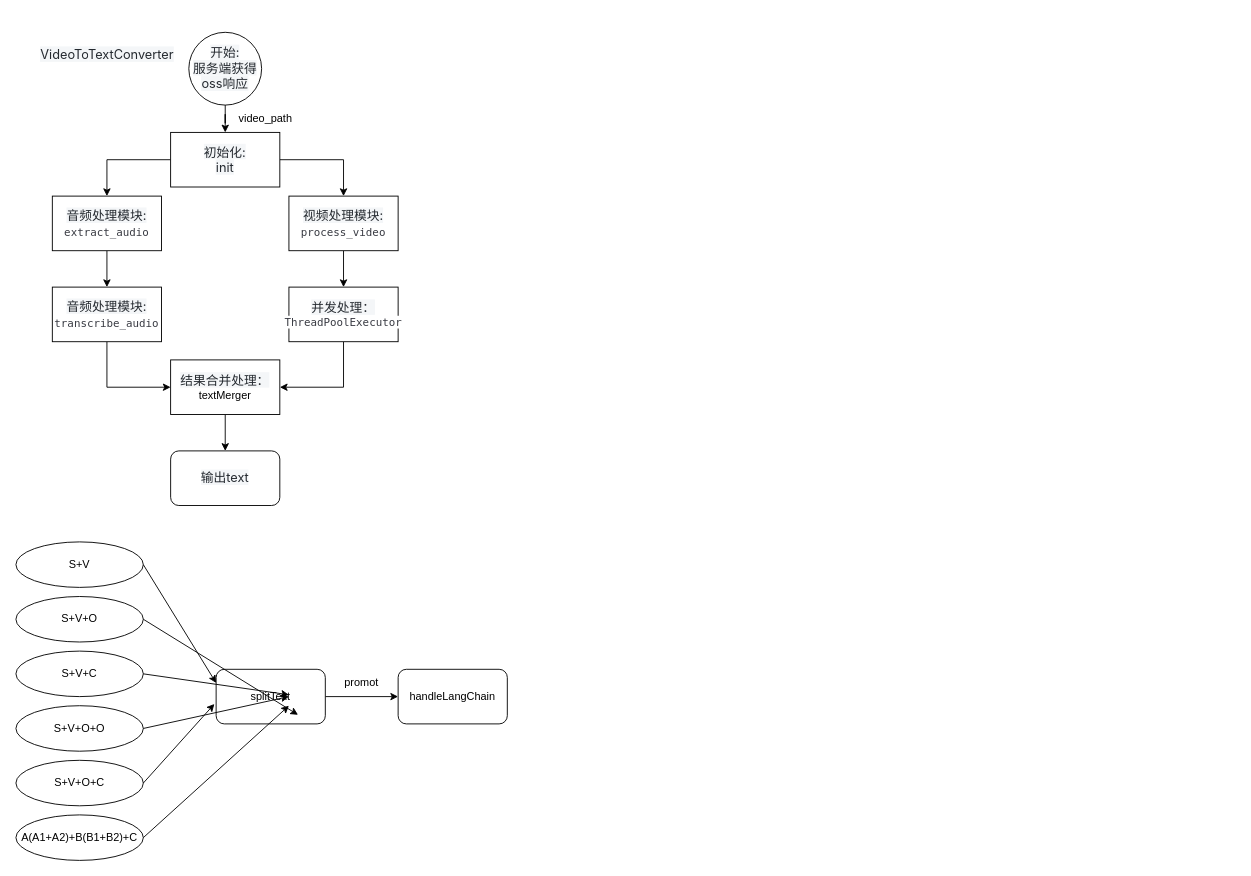
Before: 未命名绘图.drawio in gjf610/my-blog, a draw.io diagram. Source tidied: cells renumbered, new cells numbered last; positions are measured from the earlier drawing's top-left corner, leaving out a move shared by most shapes. Both pictures are drawn from the tidied source at 91%, with x=0, y=0 at pixel (15, 32).
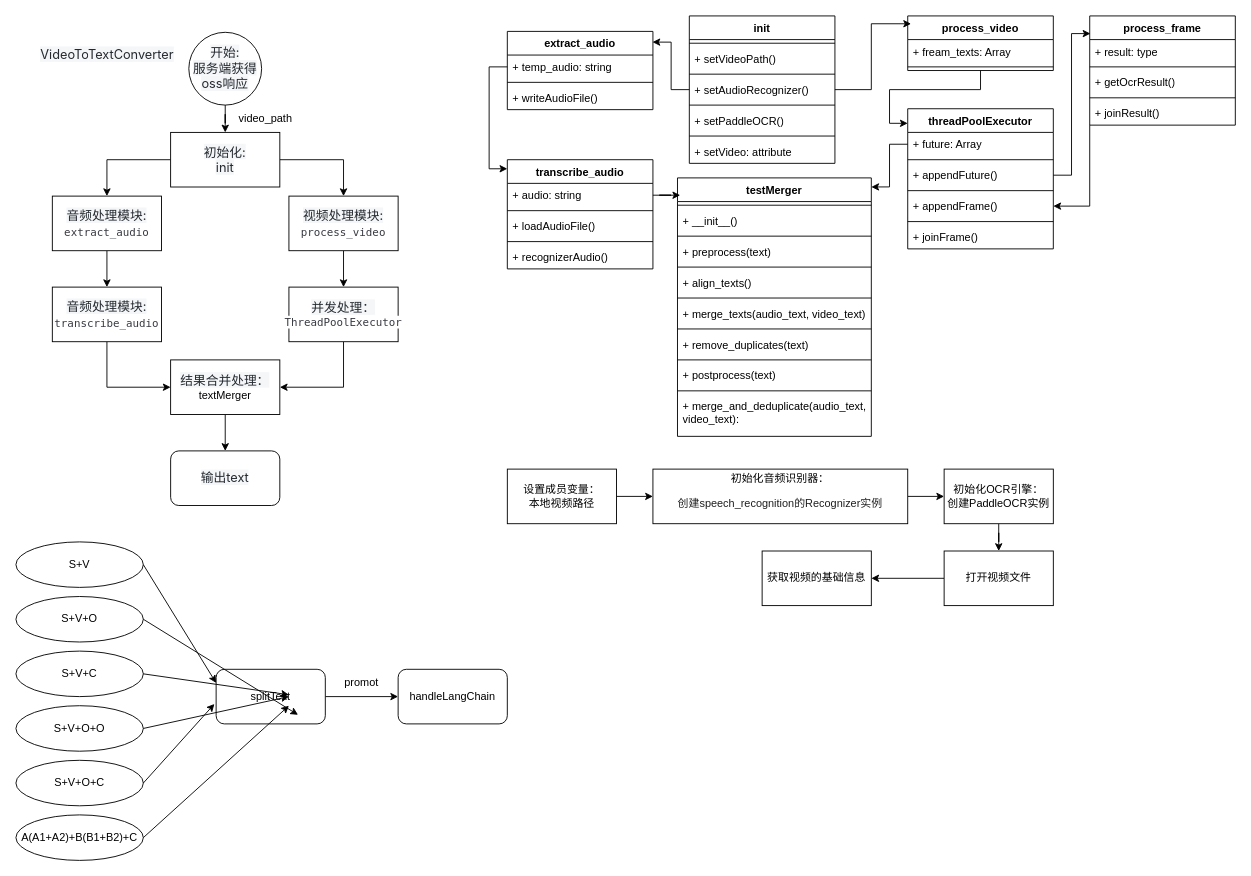
The same diagram, later.

Commit message:
更新未命名绘图.drawio

Diff of the diagram source:
```diff
@@
+    <mxCell id="36" value="threadPoolExecutor" style="swimlane;fontStyle=1;align=center;verticalAlign=top;horizontal=1;startSize=26;whiteSpace=wrap;html=1;" parent="1" vertex="1">
+      <mxGeometry x="980" y="84" width="160" height="154" as="geometry" />
+    </mxCell>
+    <mxCell id="37" value="+ future: Array" style="text;strokeColor=none;fillColor=none;align=left;verticalAlign=top;spacingLeft=4;spacingRight=4;overflow=hidden;points=[[0,0.5],[1,0.5]];portConstraint=eastwest;whiteSpace=wrap;html=1;" parent="36" vertex="1">
+      <mxGeometry y="26" width="160" height="26" as="geometry" />
+    </mxCell>
+    <mxCell id="38" style="line;strokeWidth=1;fillColor=none;align=left;verticalAlign=middle;spacingTop=-1;spacingLeft=3;spacingRight=3;labelPosition=right;strokeColor=inherit;" parent="36" vertex="1">
+      <mxGeometry y="52" width="160" height="8" as="geometry" />
+    </mxCell>
+    <mxCell id="39" value="+ appendFuture()" style="text;strokeColor=none;fillColor=none;align=left;verticalAlign=top;spacingLeft=4;spacingRight=4;overflow=hidden;points=[[0,0.5],[1,0.5]];portConstraint=eastwest;whiteSpace=wrap;html=1;" parent="36" vertex="1">
+      <mxGeometry y="60" width="160" height="26" as="geometry" />
+    </mxCell>
+    <mxCell id="40" style="line;strokeWidth=1;fillColor=none;align=left;verticalAlign=middle;spacingTop=-1;spacingLeft=3;spacingRight=3;labelPosition=right;strokeColor=inherit;" parent="36" vertex="1">
+      <mxGeometry y="86" width="160" height="8" as="geometry" />
+    </mxCell>
+    <mxCell id="41" value="+ appendFrame()" style="text;strokeColor=none;fillColor=none;align=left;verticalAlign=top;spacingLeft=4;spacingRight=4;overflow=hidden;points=[[0,0.5],[1,0.5]];portConstraint=eastwest;whiteSpace=wrap;html=1;" parent="36" vertex="1">
+      <mxGeometry y="94" width="160" height="26" as="geometry" />
+    </mxCell>
+    <mxCell id="42" style="line;strokeWidth=1;fillColor=none;align=left;verticalAlign=middle;spacingTop=-1;spacingLeft=3;spacingRight=3;labelPosition=right;strokeColor=inherit;" parent="36" vertex="1">
+      <mxGeometry y="120" width="160" height="8" as="geometry" />
+    </mxCell>
+    <mxCell id="43" value="+ joinFrame()" style="text;strokeColor=none;fillColor=none;align=left;verticalAlign=top;spacingLeft=4;spacingRight=4;overflow=hidden;whiteSpace=wrap;html=1;" parent="36" vertex="1">
+      <mxGeometry y="128" width="160" height="26" as="geometry" />
+    </mxCell>
+    <mxCell id="44" style="edgeStyle=orthogonalEdgeStyle;rounded=0;jettySize=auto;html=1;entryX=0;entryY=0.104;entryDx=0;entryDy=0;entryPerimeter=0;" parent="1" edge="1" source="45" target="36">
+      <mxGeometry relative="1" as="geometry" />
+    </mxCell>
+    <mxCell id="45" value="process_video" style="swimlane;fontStyle=1;align=center;verticalAlign=top;horizontal=1;startSize=26;whiteSpace=wrap;html=1;" parent="1" vertex="1">
+      <mxGeometry x="980" y="-18" width="160" height="60" as="geometry" />
+    </mxCell>
+    <mxCell id="46" value="+ fream_texts: Array" style="text;strokeColor=none;fillColor=none;align=left;verticalAlign=top;spacingLeft=4;spacingRight=4;overflow=hidden;whiteSpace=wrap;html=1;" parent="45" vertex="1">
+      <mxGeometry y="26" width="160" height="26" as="geometry" />
+    </mxCell>
+    <mxCell id="47" style="line;strokeWidth=1;fillColor=none;align=left;verticalAlign=middle;spacingTop=-1;spacingLeft=3;spacingRight=3;labelPosition=right;strokeColor=inherit;" parent="45" vertex="1">
+      <mxGeometry y="52" width="160" height="8" as="geometry" />
+    </mxCell>
+    <mxCell id="48" value="init" style="swimlane;fontStyle=1;align=center;verticalAlign=top;horizontal=1;startSize=26;whiteSpace=wrap;html=1;" parent="1" vertex="1">
+      <mxGeometry x="740" y="-18" width="160" height="162" as="geometry" />
+    </mxCell>
+    <mxCell id="49" style="line;strokeWidth=1;fillColor=none;align=left;verticalAlign=middle;spacingTop=-1;spacingLeft=3;spacingRight=3;labelPosition=right;strokeColor=inherit;" parent="48" vertex="1">
+      <mxGeometry y="26" width="160" height="8" as="geometry" />
+    </mxCell>
+    <mxCell id="50" value="+ setVideoPath()" style="text;strokeColor=none;fillColor=none;align=left;verticalAlign=top;spacingLeft=4;spacingRight=4;overflow=hidden;whiteSpace=wrap;html=1;" parent="48" vertex="1">
+      <mxGeometry y="34" width="160" height="26" as="geometry" />
+    </mxCell>
+    <mxCell id="51" style="line;strokeWidth=1;fillColor=none;align=left;verticalAlign=middle;spacingTop=-1;spacingLeft=3;spacingRight=3;labelPosition=right;strokeColor=inherit;" parent="48" vertex="1">
+      <mxGeometry y="60" width="160" height="8" as="geometry" />
+    </mxCell>
+    <mxCell id="52" value="+ setAudioRecognizer()" style="text;strokeColor=none;fillColor=none;align=left;verticalAlign=top;spacingLeft=4;spacingRight=4;overflow=hidden;points=[[0,0.5],[1,0.5]];portConstraint=eastwest;whiteSpace=wrap;html=1;" parent="48" vertex="1">
+      <mxGeometry y="68" width="160" height="26" as="geometry" />
+    </mxCell>
+    <mxCell id="53" style="line;strokeWidth=1;fillColor=none;align=left;verticalAlign=middle;spacingTop=-1;spacingLeft=3;spacingRight=3;labelPosition=right;strokeColor=inherit;" parent="48" vertex="1">
+      <mxGeometry y="94" width="160" height="8" as="geometry" />
+    </mxCell>
+    <mxCell id="54" value="+ setPaddleOCR()" style="text;strokeColor=none;fillColor=none;align=left;verticalAlign=top;spacingLeft=4;spacingRight=4;overflow=hidden;whiteSpace=wrap;html=1;" parent="48" vertex="1">
+      <mxGeometry y="102" width="160" height="26" as="geometry" />
+    </mxCell>
+    <mxCell id="55" style="line;strokeWidth=1;fillColor=none;align=left;verticalAlign=middle;spacingTop=-1;spacingLeft=3;spacingRight=3;labelPosition=right;strokeColor=inherit;" parent="48" vertex="1">
+      <mxGeometry y="128" width="160" height="8" as="geometry" />
+    </mxCell>
+    <mxCell id="56" value="+ setVideo: attribute" style="text;strokeColor=none;fillColor=none;align=left;verticalAlign=top;spacingLeft=4;spacingRight=4;overflow=hidden;whiteSpace=wrap;html=1;" parent="48" vertex="1">
+      <mxGeometry y="136" width="160" height="26" as="geometry" />
+    </mxCell>
+    <mxCell id="57" value="extract_audio" style="swimlane;fontStyle=1;align=center;verticalAlign=top;horizontal=1;startSize=26;whiteSpace=wrap;html=1;" parent="1" vertex="1">
+      <mxGeometry x="540" y="-1" width="160" height="86" as="geometry" />
+    </mxCell>
+    <mxCell id="58" value="+ temp_audio: string" style="text;strokeColor=none;fillColor=none;align=left;verticalAlign=top;spacingLeft=4;spacingRight=4;overflow=hidden;points=[[0,0.5],[1,0.5]];portConstraint=eastwest;whiteSpace=wrap;html=1;" parent="57" vertex="1">
+      <mxGeometry y="26" width="160" height="26" as="geometry" />
+    </mxCell>
+    <mxCell id="59" style="line;strokeWidth=1;fillColor=none;align=left;verticalAlign=middle;spacingTop=-1;spacingLeft=3;spacingRight=3;labelPosition=right;strokeColor=inherit;" parent="57" vertex="1">
+      <mxGeometry y="52" width="160" height="8" as="geometry" />
+    </mxCell>
+    <mxCell id="60" value="+ writeAudioFile()" style="text;strokeColor=none;fillColor=none;align=left;verticalAlign=top;spacingLeft=4;spacingRight=4;overflow=hidden;whiteSpace=wrap;html=1;" parent="57" vertex="1">
+      <mxGeometry y="60" width="160" height="26" as="geometry" />
+    </mxCell>
+    <mxCell id="61" value="transcribe_audio" style="swimlane;fontStyle=1;align=center;verticalAlign=top;horizontal=1;startSize=26;whiteSpace=wrap;html=1;" parent="1" vertex="1">
+      <mxGeometry x="540" y="140" width="160" height="120" as="geometry" />
+    </mxCell>
+    <mxCell id="62" value="+ audio: string" style="text;strokeColor=none;fillColor=none;align=left;verticalAlign=top;spacingLeft=4;spacingRight=4;overflow=hidden;points=[[0,0.5],[1,0.5]];portConstraint=eastwest;whiteSpace=wrap;html=1;" parent="61" vertex="1">
+      <mxGeometry y="26" width="160" height="26" as="geometry" />
+    </mxCell>
+    <mxCell id="63" style="line;strokeWidth=1;fillColor=none;align=left;verticalAlign=middle;spacingTop=-1;spacingLeft=3;spacingRight=3;labelPosition=right;strokeColor=inherit;" parent="61" vertex="1">
+      <mxGeometry y="52" width="160" height="8" as="geometry" />
+    </mxCell>
+    <mxCell id="64" value="+ loadAudioFile()" style="text;strokeColor=none;fillColor=none;align=left;verticalAlign=top;spacingLeft=4;spacingRight=4;overflow=hidden;whiteSpace=wrap;html=1;" parent="61" vertex="1">
+      <mxGeometry y="60" width="160" height="26" as="geometry" />
+    </mxCell>
+    <mxCell id="65" style="line;strokeWidth=1;fillColor=none;align=left;verticalAlign=middle;spacingTop=-1;spacingLeft=3;spacingRight=3;labelPosition=right;strokeColor=inherit;" parent="61" vertex="1">
+      <mxGeometry y="86" width="160" height="8" as="geometry" />
+    </mxCell>
+    <mxCell id="66" value="+ recognizerAudio()" style="text;strokeColor=none;fillColor=none;align=left;verticalAlign=top;spacingLeft=4;spacingRight=4;overflow=hidden;whiteSpace=wrap;html=1;" parent="61" vertex="1">
+      <mxGeometry y="94" width="160" height="26" as="geometry" />
+    </mxCell>
+    <mxCell id="67" value="testMerger" style="swimlane;fontStyle=1;align=center;verticalAlign=top;horizontal=1;startSize=26;whiteSpace=wrap;html=1;" parent="1" vertex="1">
+      <mxGeometry x="727" y="160" width="213" height="284" as="geometry" />
+    </mxCell>
+    <mxCell id="68" style="line;strokeWidth=1;fillColor=none;align=left;verticalAlign=middle;spacingTop=-1;spacingLeft=3;spacingRight=3;labelPosition=right;strokeColor=inherit;" parent="67" vertex="1">
+      <mxGeometry y="26" width="213" height="8" as="geometry" />
+    </mxCell>
+    <mxCell id="69" value="+ __init__()" style="text;strokeColor=none;fillColor=none;align=left;verticalAlign=top;spacingLeft=4;spacingRight=4;overflow=hidden;whiteSpace=wrap;html=1;" parent="67" vertex="1">
+      <mxGeometry y="34" width="213" height="26" as="geometry" />
+    </mxCell>
+    <mxCell id="70" style="line;strokeWidth=1;fillColor=none;align=left;verticalAlign=middle;spacingTop=-1;spacingLeft=3;spacingRight=3;labelPosition=right;strokeColor=inherit;" parent="67" vertex="1">
+      <mxGeometry y="60" width="213" height="8" as="geometry" />
+    </mxCell>
+    <mxCell id="71" value="+ preprocess(text)" style="text;strokeColor=none;fillColor=none;align=left;verticalAlign=top;spacingLeft=4;spacingRight=4;overflow=hidden;whiteSpace=wrap;html=1;" parent="67" vertex="1">
+      <mxGeometry y="68" width="213" height="26" as="geometry" />
+    </mxCell>
+    <mxCell id="72" style="line;strokeWidth=1;fillColor=none;align=left;verticalAlign=middle;spacingTop=-1;spacingLeft=3;spacingRight=3;labelPosition=right;strokeColor=inherit;" parent="67" vertex="1">
+      <mxGeometry y="94" width="213" height="8" as="geometry" />
+    </mxCell>
+    <mxCell id="73" value="+ align_texts()" style="text;strokeColor=none;fillColor=none;align=left;verticalAlign=top;spacingLeft=4;spacingRight=4;overflow=hidden;whiteSpace=wrap;html=1;" parent="67" vertex="1">
+      <mxGeometry y="102" width="213" height="26" as="geometry" />
+    </mxCell>
+    <mxCell id="74" style="line;strokeWidth=1;fillColor=none;align=left;verticalAlign=middle;spacingTop=-1;spacingLeft=3;spacingRight=3;labelPosition=right;strokeColor=inherit;" parent="67" vertex="1">
+      <mxGeometry y="128" width="213" height="8" as="geometry" />
+    </mxCell>
+    <mxCell id="75" value="+ merge_texts(audio_text, video_text)" style="text;strokeColor=none;fillColor=none;align=left;verticalAlign=top;spacingLeft=4;spacingRight=4;overflow=hidden;whiteSpace=wrap;html=1;" parent="67" vertex="1">
+      <mxGeometry y="136" width="213" height="26" as="geometry" />
+    </mxCell>
+    <mxCell id="76" style="line;strokeWidth=1;fillColor=none;align=left;verticalAlign=middle;spacingTop=-1;spacingLeft=3;spacingRight=3;labelPosition=right;strokeColor=inherit;" parent="67" vertex="1">
+      <mxGeometry y="162" width="213" height="8" as="geometry" />
+    </mxCell>
+    <mxCell id="77" value="+ remove_duplicates(text)" style="text;strokeColor=none;fillColor=none;align=left;verticalAlign=top;spacingLeft=4;spacingRight=4;overflow=hidden;whiteSpace=wrap;html=1;" parent="67" vertex="1">
+      <mxGeometry y="170" width="213" height="26" as="geometry" />
+    </mxCell>
+    <mxCell id="78" style="line;strokeWidth=1;fillColor=none;align=left;verticalAlign=middle;spacingTop=-1;spacingLeft=3;spacingRight=3;labelPosition=right;strokeColor=inherit;" parent="67" vertex="1">
+      <mxGeometry y="196" width="213" height="8" as="geometry" />
+    </mxCell>
+    <mxCell id="79" value="+ postprocess(text)" style="text;strokeColor=none;fillColor=none;align=left;verticalAlign=top;spacingLeft=4;spacingRight=4;overflow=hidden;whiteSpace=wrap;html=1;" parent="67" vertex="1">
+      <mxGeometry y="204" width="213" height="26" as="geometry" />
+    </mxCell>
+    <mxCell id="80" style="line;strokeWidth=1;fillColor=none;align=left;verticalAlign=middle;spacingTop=-1;spacingLeft=3;spacingRight=3;labelPosition=right;strokeColor=inherit;" parent="67" vertex="1">
+      <mxGeometry y="230" width="213" height="8" as="geometry" />
+    </mxCell>
+    <mxCell id="81" value="+ merge_and_deduplicate(audio_text, video_text):" style="text;strokeColor=none;fillColor=none;align=left;verticalAlign=top;spacingLeft=4;spacingRight=4;overflow=hidden;whiteSpace=wrap;html=1;" parent="67" vertex="1">
+      <mxGeometry y="238" width="213" height="46" as="geometry" />
+    </mxCell>
+    <mxCell id="82" style="edgeStyle=orthogonalEdgeStyle;rounded=0;jettySize=auto;html=1;entryX=0.023;entryY=0.144;entryDx=0;entryDy=0;entryPerimeter=0;" parent="1" edge="1" source="48" target="45">
+      <mxGeometry relative="1" as="geometry" />
+    </mxCell>
+    <mxCell id="83" value="process_frame" style="swimlane;fontStyle=1;align=center;verticalAlign=top;horizontal=1;startSize=26;whiteSpace=wrap;html=1;" parent="1" vertex="1">
+      <mxGeometry x="1180" y="-18" width="160" height="120" as="geometry" />
+    </mxCell>
+    <mxCell id="84" value="+ result: type" style="text;strokeColor=none;fillColor=none;align=left;verticalAlign=top;spacingLeft=4;spacingRight=4;overflow=hidden;whiteSpace=wrap;html=1;" parent="83" vertex="1">
+      <mxGeometry y="26" width="160" height="26" as="geometry" />
+    </mxCell>
+    <mxCell id="85" style="line;strokeWidth=1;fillColor=none;align=left;verticalAlign=middle;spacingTop=-1;spacingLeft=3;spacingRight=3;labelPosition=right;strokeColor=inherit;" parent="83" vertex="1">
+      <mxGeometry y="52" width="160" height="8" as="geometry" />
+    </mxCell>
+    <mxCell id="86" value="+ getOcrResult()" style="text;strokeColor=none;fillColor=none;align=left;verticalAlign=top;spacingLeft=4;spacingRight=4;overflow=hidden;whiteSpace=wrap;html=1;" parent="83" vertex="1">
+      <mxGeometry y="60" width="160" height="26" as="geometry" />
+    </mxCell>
+    <mxCell id="87" style="line;strokeWidth=1;fillColor=none;align=left;verticalAlign=middle;spacingTop=-1;spacingLeft=3;spacingRight=3;labelPosition=right;strokeColor=inherit;" parent="83" vertex="1">
+      <mxGeometry y="86" width="160" height="8" as="geometry" />
+    </mxCell>
+    <mxCell id="88" value="+ joinResult()" style="text;strokeColor=none;fillColor=none;align=left;verticalAlign=top;spacingLeft=4;spacingRight=4;overflow=hidden;points=[[0,0.5],[1,0.5]];portConstraint=eastwest;whiteSpace=wrap;html=1;" parent="83" vertex="1">
+      <mxGeometry y="94" width="160" height="26" as="geometry" />
+    </mxCell>
+    <mxCell id="89" style="edgeStyle=orthogonalEdgeStyle;rounded=0;jettySize=auto;html=1;entryX=0.005;entryY=0.162;entryDx=0;entryDy=0;entryPerimeter=0;" parent="1" edge="1" source="39" target="83">
+      <mxGeometry relative="1" as="geometry" />
+    </mxCell>
+    <mxCell id="90" style="edgeStyle=orthogonalEdgeStyle;rounded=0;jettySize=auto;html=1;entryX=1;entryY=0.5;entryDx=0;entryDy=0;" parent="1" edge="1" source="88" target="41">
+      <mxGeometry relative="1" as="geometry">
+        <Array as="points">
+          <mxPoint x="1180" y="191" />
+        </Array>
+      </mxGeometry>
+    </mxCell>
+    <mxCell id="91" style="edgeStyle=orthogonalEdgeStyle;rounded=0;jettySize=auto;html=1;entryX=0.997;entryY=0.137;entryDx=0;entryDy=0;entryPerimeter=0;" parent="1" edge="1" source="52" target="57">
+      <mxGeometry relative="1" as="geometry" />
+    </mxCell>
+    <mxCell id="92" style="edgeStyle=orthogonalEdgeStyle;rounded=0;jettySize=auto;html=1;entryX=0;entryY=0.083;entryDx=0;entryDy=0;entryPerimeter=0;" parent="1" edge="1" source="58" target="61">
+      <mxGeometry relative="1" as="geometry" />
+    </mxCell>
+    <mxCell id="93" style="edgeStyle=orthogonalEdgeStyle;rounded=0;jettySize=auto;html=1;entryX=1;entryY=0.035;entryDx=0;entryDy=0;entryPerimeter=0;" parent="1" edge="1" source="37" target="67">
+      <mxGeometry relative="1" as="geometry" />
+    </mxCell>
+    <mxCell id="94" style="edgeStyle=orthogonalEdgeStyle;rounded=0;jettySize=auto;html=1;entryX=0.014;entryY=0.067;entryDx=0;entryDy=0;entryPerimeter=0;" parent="1" edge="1" source="62" target="67">
+      <mxGeometry relative="1" as="geometry" />
+    </mxCell>
+    <mxCell id="95" style="edgeStyle=orthogonalEdgeStyle;rounded=0;jettySize=auto;html=1;entryX=0;entryY=0.5;entryDx=0;entryDy=0;" parent="1" edge="1" source="96" target="98">
+      <mxGeometry relative="1" as="geometry" />
+    </mxCell>
+    <mxCell id="96" value="设置成员变量：&lt;br&gt;本地视频路径" style="rounded=0;whiteSpace=wrap;html=1;" parent="1" vertex="1">
+      <mxGeometry x="540" y="480" width="120" height="60" as="geometry" />
+    </mxCell>
+    <mxCell id="97" style="edgeStyle=orthogonalEdgeStyle;rounded=0;jettySize=auto;html=1;entryX=0;entryY=0.5;entryDx=0;entryDy=0;" parent="1" edge="1" source="98" target="102">
+      <mxGeometry relative="1" as="geometry" />
+    </mxCell>
+    <mxCell id="98" value="&lt;font style=&quot;font-size: 12px;&quot;&gt;初始化音频识别器：&lt;br&gt;&lt;/font&gt;&lt;p class=&quot;MsoNormal&quot;&gt;&lt;font face=&quot;Helvetica&quot; style=&quot;font-size: 12px;&quot;&gt;&lt;span style=&quot;color: rgb(31, 31, 31); letter-spacing: 0pt; background: rgb(255, 255, 255);&quot; class=&quot;16&quot;&gt;&lt;font style=&quot;font-size: 12px;&quot;&gt;创建speech_recognition的&lt;/font&gt;&lt;/span&gt;&lt;span style=&quot;background-color: rgb(255, 255, 255); color: rgb(31, 31, 31); letter-spacing: 0pt;&quot;&gt;Recognizer实例&lt;/span&gt;&lt;/font&gt;&lt;/p&gt;" style="rounded=0;whiteSpace=wrap;html=1;" parent="1" vertex="1">
+      <mxGeometry x="700" y="480" width="280" height="60" as="geometry" />
+    </mxCell>
+    <mxCell id="99" style="edgeStyle=orthogonalEdgeStyle;rounded=0;jettySize=auto;html=1;entryX=1;entryY=0.5;entryDx=0;entryDy=0;" parent="1" edge="1" source="100" target="103">
+      <mxGeometry relative="1" as="geometry" />
+    </mxCell>
+    <mxCell id="100" value="打开视频文件" style="rounded=0;whiteSpace=wrap;html=1;" parent="1" vertex="1">
+      <mxGeometry x="1020" y="570" width="120" height="60" as="geometry" />
+    </mxCell>
+    <mxCell id="101" style="edgeStyle=orthogonalEdgeStyle;rounded=0;jettySize=auto;html=1;entryX=0.5;entryY=0;entryDx=0;entryDy=0;" parent="1" edge="1" source="102" target="100">
+      <mxGeometry relative="1" as="geometry" />
+    </mxCell>
+    <mxCell id="102" value="初始化OCR引擎：&lt;div&gt;创建PaddleOCR实例&lt;/div&gt;" style="rounded=0;whiteSpace=wrap;html=1;" parent="1" vertex="1">
+      <mxGeometry x="1020" y="480" width="120" height="60" as="geometry" />
+    </mxCell>
+    <mxCell id="103" value="获取视频的基础信息" style="rounded=0;whiteSpace=wrap;html=1;" parent="1" vertex="1">
+      <mxGeometry x="820" y="570" width="120" height="60" as="geometry" />
+    </mxCell>
```
